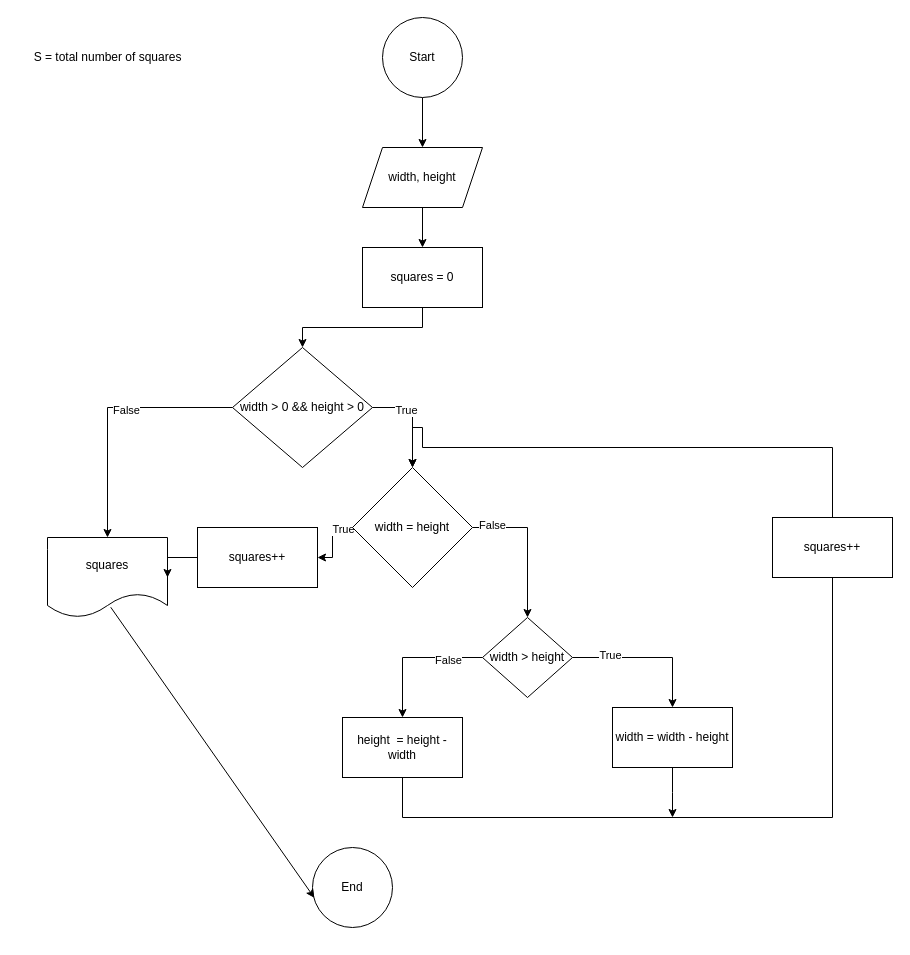
uthmanigbin/university-work keeps this draw.io diagram as 7 rectangle to sqaure.drawio. Above is the earlier version. Source tidied: cells renumbered, new cells numbered last; positions are measured from the earlier drawing's top-left corner, leaving out a move shared by most shapes. Both pictures are drawn from the tidied source at 100%, with x=0, y=0 at pixel (17, 17).
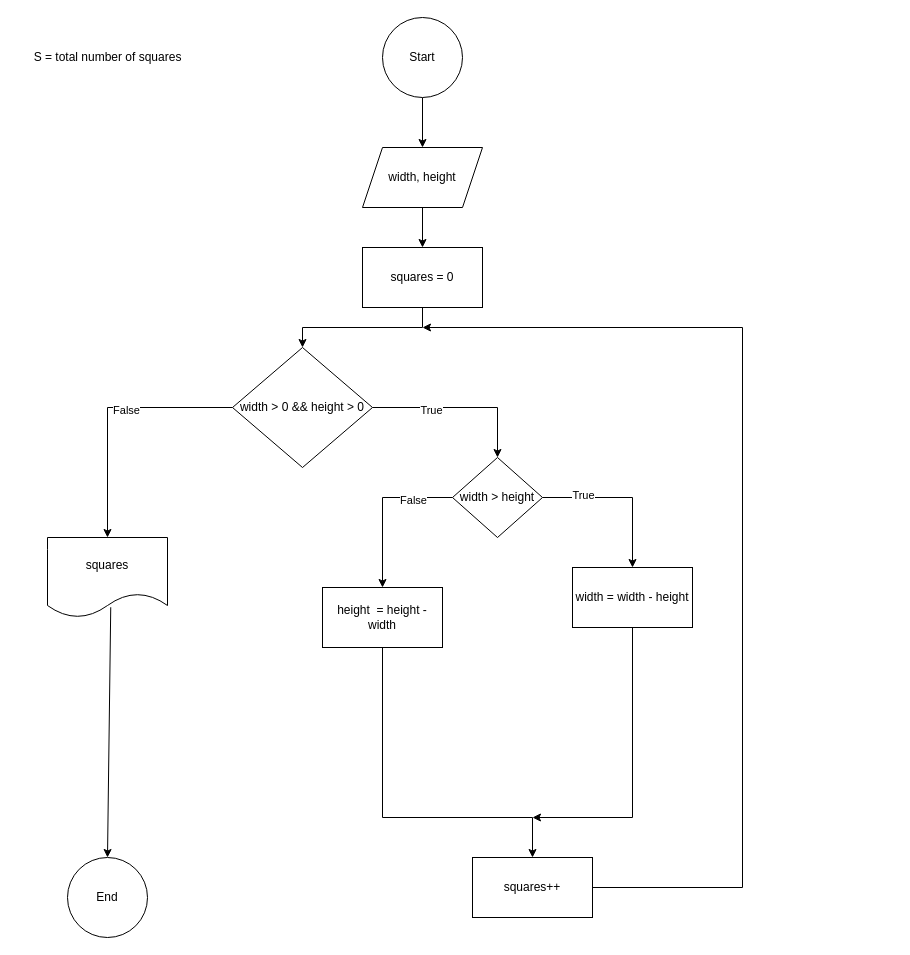
Above is the later version.

Unchanged cells that the change refers to:
```xml
<mxCell id="13" value="width &amp;gt; 0 &amp;amp;&amp;amp; height &amp;gt; 0" style="rhombus;whiteSpace=wrap;html=1;" parent="1" vertex="1">
  <mxGeometry x="215" y="330" width="140" height="120" as="geometry" />
</mxCell>
<mxCell id="14" value="squares" style="shape=document;whiteSpace=wrap;html=1;boundedLbl=1;" parent="1" vertex="1">
  <mxGeometry x="30" y="520" width="120" height="80" as="geometry" />
</mxCell>
```

Diff of the diagram source:
```diff
@@
-    <mxCell id="11" style="edgeStyle=orthogonalEdgeStyle;rounded=0;jettySize=auto;html=1;exitX=1;exitY=0.5;exitDx=0;exitDy=0;entryX=0.5;entryY=0;entryDx=0;entryDy=0;" parent="1" edge="1" source="13" target="29">
+    <mxCell id="11" style="edgeStyle=orthogonalEdgeStyle;rounded=0;jettySize=auto;html=1;exitX=1;exitY=0.5;exitDx=0;exitDy=0;entryX=0.5;entryY=0;entryDx=0;entryDy=0;" parent="1" edge="1" source="13" target="20">
       <mxGeometry relative="1" as="geometry" />
     </mxCell>
@@
     <mxCell id="15" value="End" style="ellipse;whiteSpace=wrap;html=1;" parent="1" vertex="1">
-      <mxGeometry x="295" y="830" width="80" height="80" as="geometry" />
+      <mxGeometry x="50" y="840" width="80" height="80" as="geometry" />
     </mxCell>
@@
-    <mxCell id="18" style="edgeStyle=orthogonalEdgeStyle;rounded=0;jettySize=auto;html=1;" parent="1" edge="1" source="20" target="24">
+    <mxCell id="18" style="edgeStyle=orthogonalEdgeStyle;rounded=0;jettySize=auto;html=1;exitX=0;exitY=0.5;exitDx=0;exitDy=0;" parent="1" edge="1" source="20" target="24">
       <mxGeometry relative="1" as="geometry" />
     </mxCell>
@@
     <mxCell id="20" value="width &amp;gt; height" style="rhombus;whiteSpace=wrap;html=1;" parent="1" vertex="1">
-      <mxGeometry x="465" y="600" width="90" height="80" as="geometry" />
+      <mxGeometry x="435" y="440" width="90" height="80" as="geometry" />
     </mxCell>
     <mxCell id="21" style="edgeStyle=orthogonalEdgeStyle;rounded=0;jettySize=auto;html=1;exitX=0.5;exitY=1;exitDx=0;exitDy=0;" parent="1" edge="1" source="22">
       <mxGeometry relative="1" as="geometry">
-        <mxPoint x="655" y="800" as="targetPoint" />
+        <mxPoint x="515" y="800" as="targetPoint" />
+        <Array as="points">
+          <mxPoint x="615" y="800" />
+        </Array>
       </mxGeometry>
     </mxCell>
     <mxCell id="22" value="&lt;div&gt;width = width - height&lt;br&gt;&lt;/div&gt;" style="whiteSpace=wrap;html=1;" parent="1" vertex="1">
-      <mxGeometry x="595" y="690" width="120" height="60" as="geometry" />
+      <mxGeometry x="555" y="550" width="120" height="60" as="geometry" />
     </mxCell>
-    <mxCell id="23" style="edgeStyle=orthogonalEdgeStyle;rounded=0;jettySize=auto;html=1;exitX=0.5;exitY=1;exitDx=0;exitDy=0;entryX=0.5;entryY=0;entryDx=0;entryDy=0;" parent="1" edge="1" source="24" target="29">
-      <mxGeometry relative="1" as="geometry">
-        <Array as="points">
-          <mxPoint x="385" y="800" />
-          <mxPoint x="815" y="800" />
-          <mxPoint x="815" y="430" />
-          <mxPoint x="405" y="430" />
-          <mxPoint x="405" y="410" />
-          <mxPoint x="395" y="410" />
-        </Array>
-      </mxGeometry>
-    </mxCell>
+    <mxCell id="34" style="edgeStyle=orthogonalEdgeStyle;rounded=0;jettySize=auto;html=1;entryX=0.5;entryY=0;entryDx=0;entryDy=0;exitX=0.5;exitY=1;exitDx=0;exitDy=0;" parent="1" edge="1" source="24" target="33">
+      <mxGeometry relative="1" as="geometry">
+        <Array as="points">
+          <mxPoint x="365" y="800" />
+          <mxPoint x="515" y="800" />
+        </Array>
+      </mxGeometry>
+    </mxCell>
     <mxCell id="24" value="height&amp;nbsp; = height - width" style="whiteSpace=wrap;html=1;" parent="1" vertex="1">
-      <mxGeometry x="325" y="700" width="120" height="60" as="geometry" />
+      <mxGeometry x="305" y="570" width="120" height="60" as="geometry" />
     </mxCell>
-    <mxCell id="25" style="edgeStyle=orthogonalEdgeStyle;rounded=0;jettySize=auto;html=1;exitX=1;exitY=0.5;exitDx=0;exitDy=0;entryX=0.5;entryY=0;entryDx=0;entryDy=0;" parent="1" edge="1" source="29" target="20">
-      <mxGeometry relative="1" as="geometry" />
-    </mxCell>
-    <mxCell id="26" value="False" style="edgeLabel;html=1;align=center;verticalAlign=middle;" parent="25" vertex="1">
-      <mxGeometry x="-0.72" y="3" relative="1" as="geometry">
-        <mxPoint x="-1" as="offset" />
-      </mxGeometry>
-    </mxCell>
-    <mxCell id="27" style="edgeStyle=orthogonalEdgeStyle;rounded=0;jettySize=auto;html=1;" parent="1" edge="1" source="29" target="32">
-      <mxGeometry relative="1" as="geometry" />
-    </mxCell>
-    <mxCell id="28" value="True" style="edgeLabel;html=1;align=center;verticalAlign=middle;" parent="27" vertex="1">
-      <mxGeometry x="-0.73" y="1" relative="1" as="geometry">
-        <mxPoint x="-1" as="offset" />
-      </mxGeometry>
-    </mxCell>
-    <mxCell id="29" value="width = height" style="rhombus;whiteSpace=wrap;html=1;" parent="1" vertex="1">
-      <mxGeometry x="335" y="450" width="120" height="120" as="geometry" />
-    </mxCell>
-    <mxCell id="30" style="endArrow=classic;html=1;rounded=0;exitX=0.527;exitY=0.872;exitDx=0;exitDy=0;exitPerimeter=0;entryX=0.023;entryY=0.629;entryDx=0;entryDy=0;entryPerimeter=0;" parent="1" edge="1" source="14" target="15">
+    <mxCell id="30" style="endArrow=classic;html=1;rounded=0;exitX=0.527;exitY=0.872;exitDx=0;exitDy=0;exitPerimeter=0;entryX=0.5;entryY=0;entryDx=0;entryDy=0;" parent="1" edge="1" source="14" target="15">
       <mxGeometry relative="1" as="geometry" />
     </mxCell>
-    <mxCell id="31" style="edgeStyle=orthogonalEdgeStyle;rounded=0;jettySize=auto;html=1;exitX=0;exitY=0.5;exitDx=0;exitDy=0;entryX=1;entryY=0.5;entryDx=0;entryDy=0;" parent="1" edge="1" source="32" target="14">
-      <mxGeometry relative="1" as="geometry" />
-    </mxCell>
-    <mxCell id="32" value="squares++" style="whiteSpace=wrap;html=1;" parent="1" vertex="1">
-      <mxGeometry x="180" y="510" width="120" height="60" as="geometry" />
-    </mxCell>
+    <mxCell id="35" style="edgeStyle=orthogonalEdgeStyle;rounded=0;jettySize=auto;html=1;exitX=1;exitY=0.5;exitDx=0;exitDy=0;" parent="1" edge="1" source="33">
+      <mxGeometry relative="1" as="geometry">
+        <mxPoint x="405" y="310" as="targetPoint" />
+        <Array as="points">
+          <mxPoint x="725" y="870" />
+          <mxPoint x="725" y="310" />
+        </Array>
+      </mxGeometry>
+    </mxCell>
     <mxCell id="33" value="squares++" style="rounded=0;whiteSpace=wrap;html=1;" parent="1" vertex="1">
-      <mxGeometry x="755" y="500" width="120" height="60" as="geometry" />
+      <mxGeometry x="455" y="840" width="120" height="60" as="geometry" />
     </mxCell>
```
